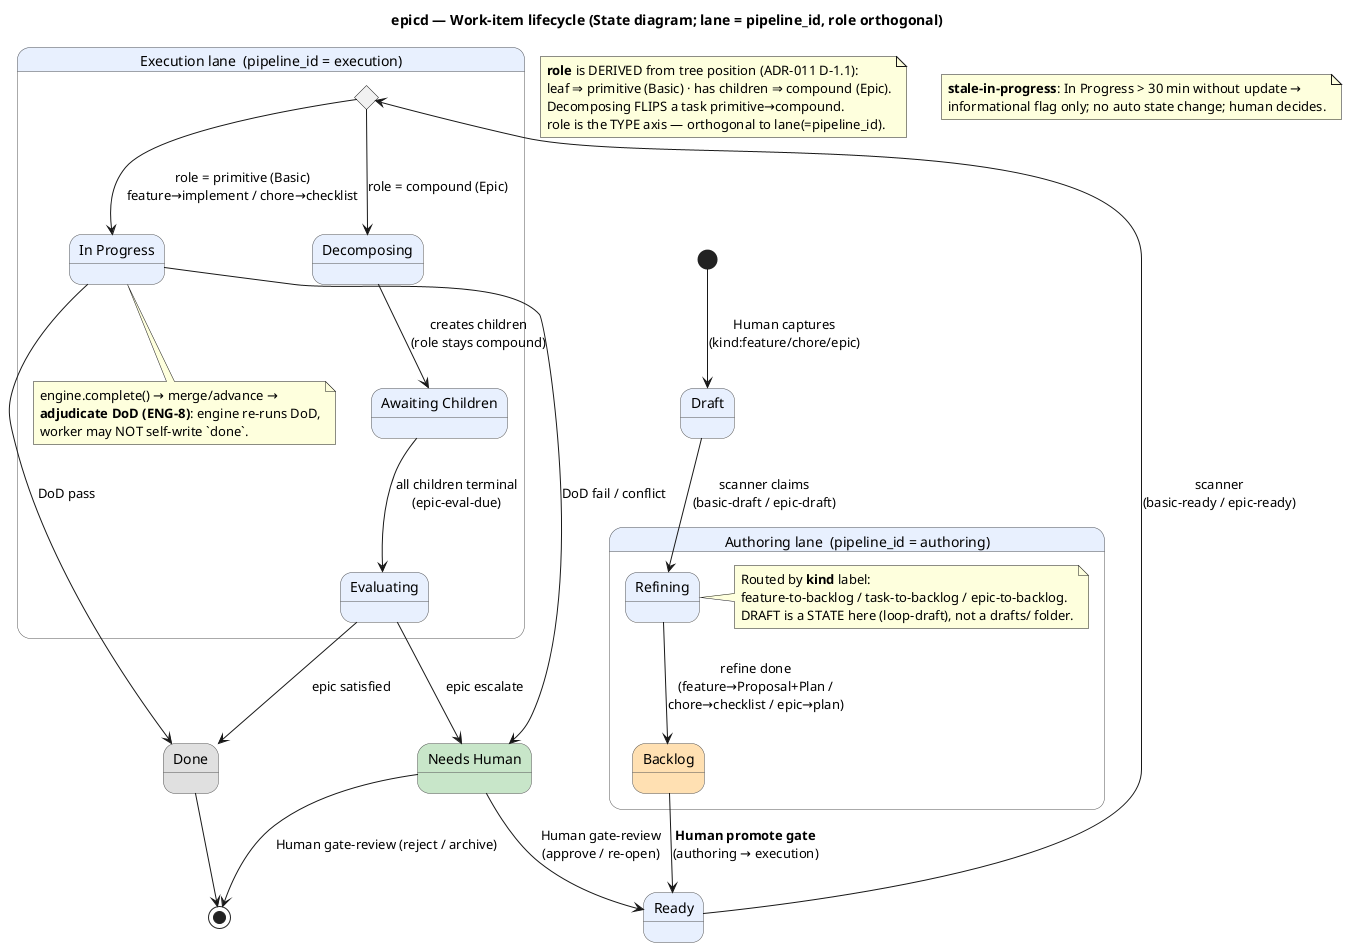
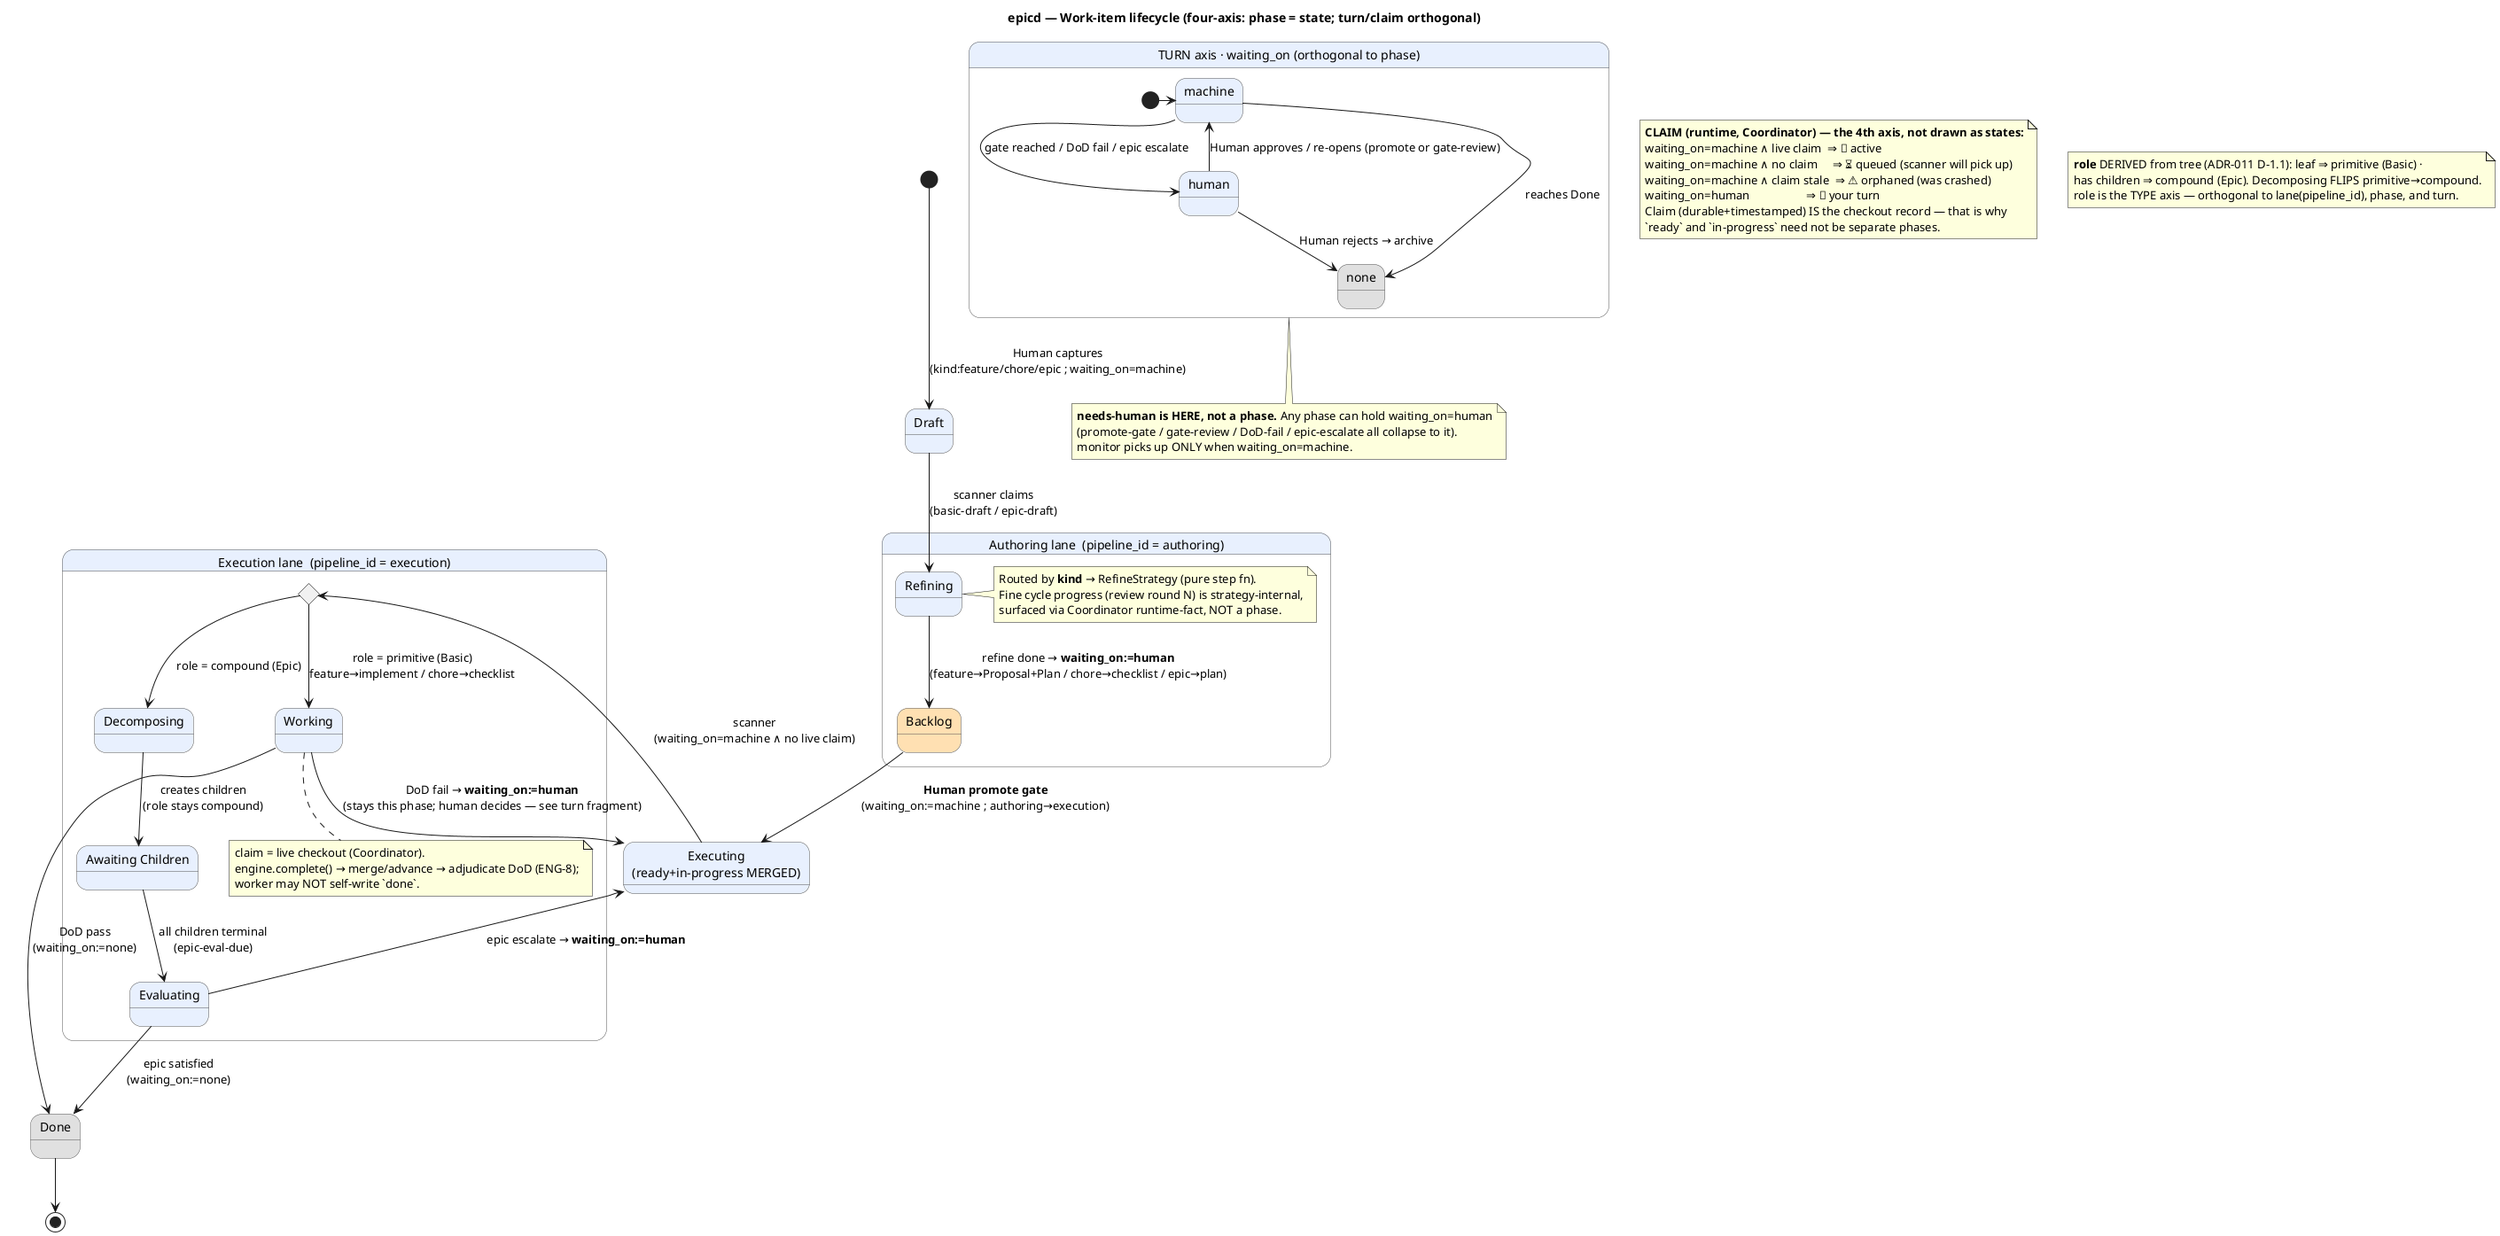
@startuml epicd-workitem-state
' epicd — State diagram: a Task's lifecycle across the authoring & execution pipelines.
- ' User-visible behaviour: what states a user watches a Task move through in the multi-lane list.
- ' lane = pipeline_id ; role (Basic/primitive vs Epic/compound) = orthogonal type axis ;
- ' status shown as "Role: State" (config) — bare state = engine pipeline state.
+ ' FOUR-AXIS model (2026-07-04, proposal §2.3): today's single `state` is decomposed into
+ '   lane   = pipeline_id (structural)            — which board lane
+ '   phase  = state (pure progress)               — THIS main diagram
+ '   turn   = waiting_on ∈ {machine,human,none}   — orthogonal fragment (bottom-left)
+ '   claim  = Coordinator runtime fact            — legend (queued vs active vs stale)
+ ' `ready`/`in-progress` are MERGED (claim distinguishes queued vs active).
+ ' `needs-human` is NOT a phase — it is waiting_on:=human on whatever phase it happens.

skinparam backgroundColor #FFFFFF
skinparam shadowing false
skinparam state {
  BorderColor #555555
  BackgroundColor #E8F0FE
  BackgroundColor<<gate>> #FFE0B2
-   BackgroundColor<<human>> #C8E6C9
  BackgroundColor<<terminal>> #E0E0E0
}

- title epicd — Work-item lifecycle (State diagram; lane = pipeline_id, role orthogonal)
+ title epicd — Work-item lifecycle (four-axis: phase = state; turn/claim orthogonal)

- [*] --> Draft : Human captures\n(kind:feature/chore/epic)
+ ' ============ PHASE axis (the persisted progress state machine) ============
+ [*] --> Draft : Human captures\n(kind:feature/chore/epic ; waiting_on=machine)

state "Authoring lane  (pipeline_id = authoring)" as Authoring {
  state Draft
  state Refining
  state Backlog <<gate>>
  Draft --> Refining : scanner claims\n(basic-draft / epic-draft)
-   Refining --> Backlog : refine done\n(feature→Proposal+Plan /\nchore→checklist / epic→plan)
+   Refining --> Backlog : refine done → **waiting_on:=human**\n(feature→Proposal+Plan / chore→checklist / epic→plan)
  note right of Refining
-     Routed by **kind** label:
-     feature-to-backlog / task-to-backlog / epic-to-backlog.
-     DRAFT is a STATE here (loop-draft), not a drafts/ folder.
+     Routed by **kind** → RefineStrategy (pure step fn).
+     Fine cycle progress (review round N) is strategy-internal,
+     surfaced via Coordinator runtime-fact, NOT a phase.
  end note
}

- Backlog --> Ready : **Human promote gate**\n(authoring → execution)
+ Backlog --> Executing : **Human promote gate**\n(waiting_on:=machine ; authoring→execution)

state "Execution lane  (pipeline_id = execution)" as Execution {
-   state Ready
-   state "In Progress" as InProgress
+   state chooseRole <<choice>>
+   state "Executing\n(ready+in-progress MERGED)" as Executing
  state Decomposing
  state "Awaiting Children" as Awaiting
  state Evaluating

-   state chooseRole <<choice>>
-   Ready --> chooseRole : scanner\n(basic-ready / epic-ready)
-   chooseRole --> InProgress : role = primitive (Basic)\nfeature→implement / chore→checklist
+   Executing --> chooseRole : scanner\n(waiting_on=machine ∧ no live claim)
+   chooseRole --> Working : role = primitive (Basic)\nfeature→implement / chore→checklist
  chooseRole --> Decomposing : role = compound (Epic)
- 
+   state Working
  Decomposing --> Awaiting : creates children\n(role stays compound)
  Awaiting --> Evaluating : all children terminal\n(epic-eval-due)
- 
-   note bottom of InProgress
-     engine.complete() → merge/advance →
-     **adjudicate DoD (ENG-8)**: engine re-runs DoD,
+   note bottom of Working
+     claim = live checkout (Coordinator).
+     engine.complete() → merge/advance → adjudicate DoD (ENG-8);
    worker may NOT self-write `done`.
  end note
}

state "Done" as Done <<terminal>>
- state "Needs Human" as NeedsHuman <<human>>

- InProgress --> Done : DoD pass
- InProgress --> NeedsHuman : DoD fail / conflict
- Evaluating --> Done : epic satisfied
- Evaluating --> NeedsHuman : epic escalate
- 
- NeedsHuman --> Ready : Human gate-review\n(approve / re-open)
- NeedsHuman --> [*] : Human gate-review (reject / archive)
+ Working --> Done : DoD pass\n(waiting_on:=none)
+ Working --> Executing : DoD fail → **waiting_on:=human**\n(stays this phase; human decides — see turn fragment)
+ Evaluating --> Done : epic satisfied\n(waiting_on:=none)
+ Evaluating --> Executing : epic escalate → **waiting_on:=human**
Done --> [*]

+ ' ============ TURN axis (orthogonal — the ball's court; persisted waiting_on) ============
+ state "TURN axis · waiting_on (orthogonal to phase)" as Turn {
+   state "machine" as T_m
+   state "human" as T_h
+   state "none" as T_n <<terminal>>
+   [*] -> T_m
+   T_m --> T_h : gate reached / DoD fail / epic escalate
+   T_h --> T_m : Human approves / re-opens (promote or gate-review)
+   T_m --> T_n : reaches Done
+   T_h --> T_n : Human rejects → archive
+ }
+ 
+ note bottom of Turn
+   **needs-human is HERE, not a phase.** Any phase can hold waiting_on=human
+   (promote-gate / gate-review / DoD-fail / epic-escalate all collapse to it).
+   monitor picks up ONLY when waiting_on=machine.
+ end note
+ 
+ note as N_claim
+   **CLAIM (runtime, Coordinator) — the 4th axis, not drawn as states:**
+   waiting_on=machine ∧ live claim  ⇒ 🤖 active
+   waiting_on=machine ∧ no claim     ⇒ ⏳ queued (scanner will pick up)
+   waiting_on=machine ∧ claim stale  ⇒ ⚠️ orphaned (was crashed)
+   waiting_on=human                   ⇒ 👤 your turn
+   Claim (durable+timestamped) IS the checkout record — that is why
+   `ready` and `in-progress` need not be separate phases.
+ end note
+ 
note as N_role
-   **role** is DERIVED from tree position (ADR-011 D-1.1):
-   leaf ⇒ primitive (Basic) · has children ⇒ compound (Epic).
-   Decomposing FLIPS a task primitive→compound.
-   role is the TYPE axis — orthogonal to lane(=pipeline_id).
- end note
- note as N_stale
-   **stale-in-progress**: In Progress > 30 min without update →
-   informational flag only; no auto state change; human decides.
+   **role** DERIVED from tree (ADR-011 D-1.1): leaf ⇒ primitive (Basic) ·
+   has children ⇒ compound (Epic). Decomposing FLIPS primitive→compound.
+   role is the TYPE axis — orthogonal to lane(pipeline_id), phase, and turn.
end note

@enduml
